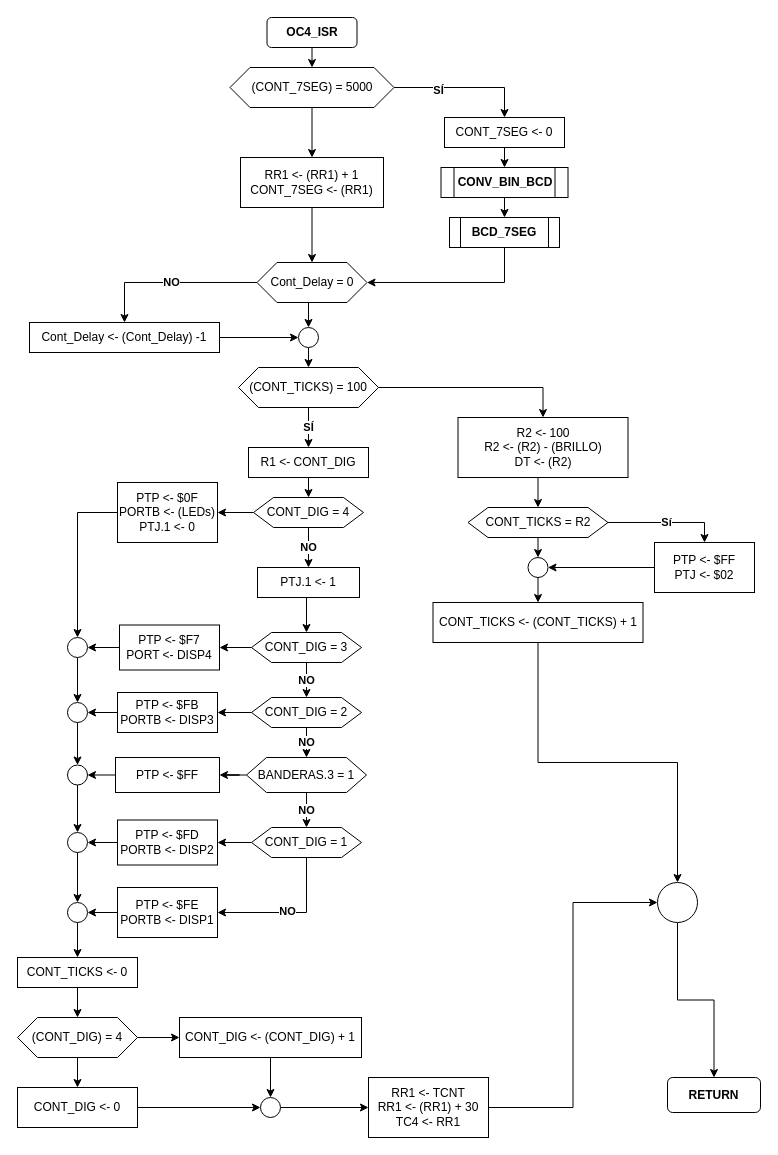
The draw.io diagram 8_runmeter623/diagrams/14_oc4_isr.drawio in brown9804/Dragon12_MC9S12DP256, before the edit. Source tidied: cells renumbered, new cells numbered last; positions are measured from the earlier drawing's top-left corner, leaving out a move shared by most shapes. Both pictures are drawn from the tidied source at 100%, with x=0, y=0 at pixel (17, 17).
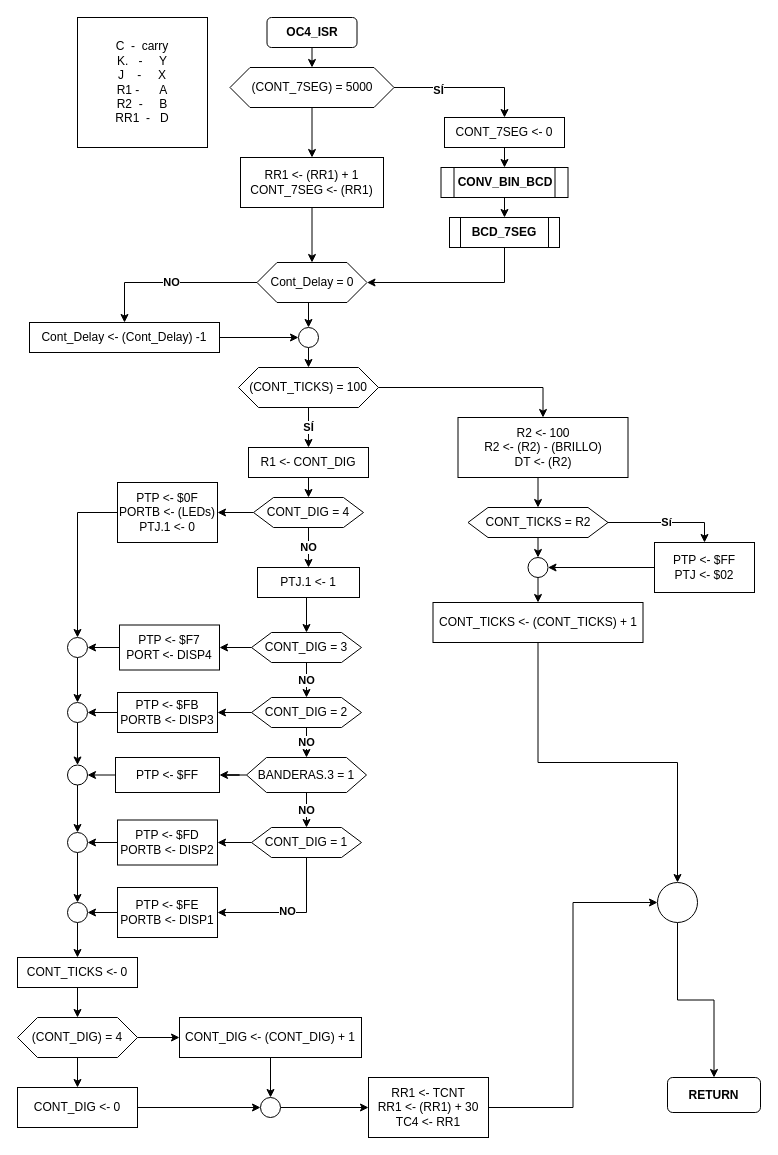
The same diagram, later.

Commit message:
15/22 -> diagrams and src reviewed 2.0

Diff of the diagram source:
```diff
@@
+    <mxCell id="95" value="C &amp;nbsp;- &amp;nbsp;carry&lt;br&gt;K. &amp;nbsp; - &amp;nbsp; &amp;nbsp; Y&lt;br&gt;J &amp;nbsp; &amp;nbsp;- &amp;nbsp; &amp;nbsp; X&lt;br&gt;R1 - &amp;nbsp; &amp;nbsp; &amp;nbsp;A&lt;br&gt;R2 &amp;nbsp;- &amp;nbsp; &amp;nbsp; B&lt;br&gt;RR1 &amp;nbsp;- &amp;nbsp; D" style="whiteSpace=wrap;html=1;" parent="1" vertex="1">
+      <mxGeometry x="60" width="130" height="130" as="geometry" />
+    </mxCell>
```
